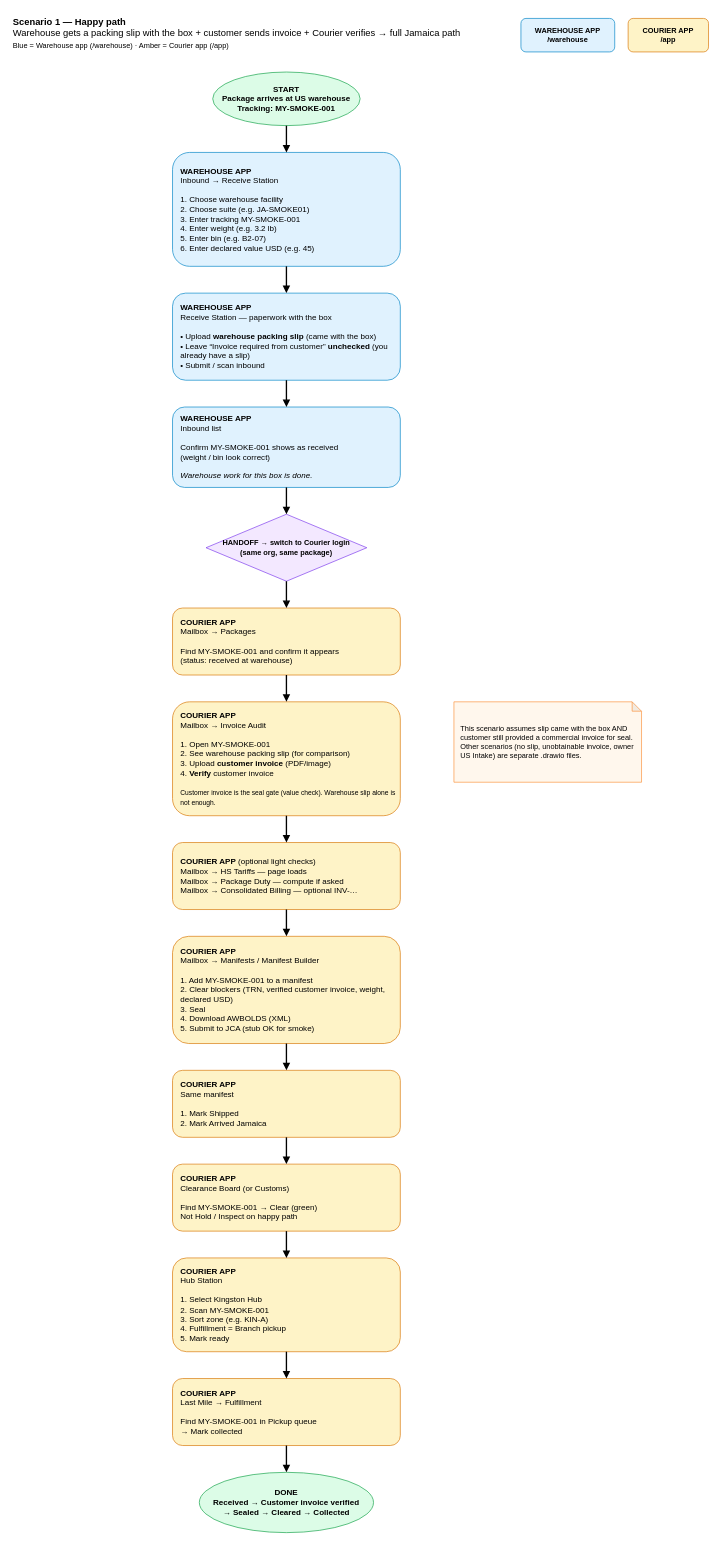
The draw.io diagram docs/diagrams/package-flow/01-happy-path-slip-and-customer-invoice.drawio in DeekiiiiiiiT/Goride, before the edit. Source tidied: cells renumbered, new cells numbered last; positions are measured from the earlier drawing's top-left corner, leaving out a move shared by most shapes. Both pictures are drawn from the tidied source at 67%, with x=0, y=0 at pixel (11, 11).
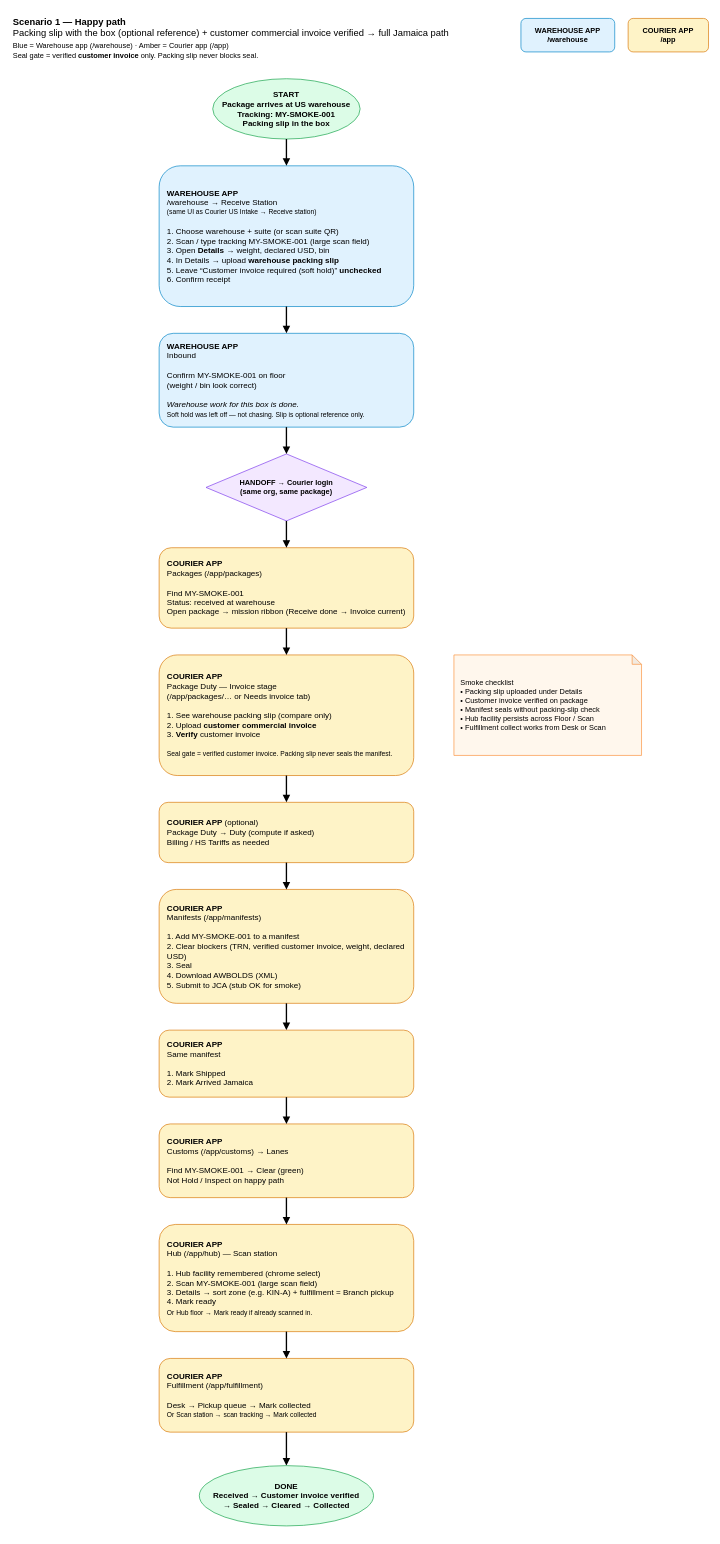
Above is the later version.

The edit, as a diff of the source:
```diff
@@
-    <mxCell id="2" value="&lt;b&gt;Scenario 1 — Happy path&lt;/b&gt;&lt;br&gt;Warehouse gets a packing slip with the box + customer sends invoice + Courier verifies → full Jamaica path&lt;br&gt;&lt;font style=&quot;font-size:11px&quot;&gt;Blue = Warehouse app (/warehouse) · Amber = Courier app (/app)&lt;/font&gt;" style="text;html=1;strokeColor=none;fillColor=none;align=left;verticalAlign=top;whiteSpace=wrap;rounded=0;fontSize=14;" parent="1" vertex="1">
-      <mxGeometry width="720" height="70" as="geometry" />
+    <mxCell id="2" value="&lt;b&gt;Scenario 1 — Happy path&lt;/b&gt;&lt;br&gt;Packing slip with the box (optional reference) + customer commercial invoice verified → full Jamaica path&lt;br&gt;&lt;font style=&quot;font-size:11px&quot;&gt;Blue = Warehouse app (/warehouse) · Amber = Courier app (/app)&lt;br&gt;Seal gate = verified &lt;b&gt;customer invoice&lt;/b&gt; only. Packing slip never blocks seal.&lt;/font&gt;" style="text;html=1;strokeColor=none;fillColor=none;align=left;verticalAlign=top;whiteSpace=wrap;rounded=0;fontSize=14;" parent="1" vertex="1">
+      <mxGeometry width="740" height="80" as="geometry" />
     </mxCell>
@@
-    <mxCell id="5" value="START&#10;Package arrives at US warehouse&#10;Tracking: MY-SMOKE-001" style="ellipse;whiteSpace=wrap;html=1;fillColor=#DCFCE7;strokeColor=#16A34A;fontStyle=1;" parent="1" vertex="1">
-      <mxGeometry x="300" y="90" width="220" height="80" as="geometry" />
+    <mxCell id="5" value="START&#10;Package arrives at US warehouse&#10;Tracking: MY-SMOKE-001&#10;Packing slip in the box" style="ellipse;whiteSpace=wrap;html=1;fillColor=#DCFCE7;strokeColor=#16A34A;fontStyle=1;" parent="1" vertex="1">
+      <mxGeometry x="300" y="100" width="220" height="90" as="geometry" />
     </mxCell>
-    <mxCell id="6" value="&lt;b&gt;WAREHOUSE APP&lt;/b&gt;&lt;br&gt;Inbound → Receive Station&lt;br&gt;&lt;br&gt;1. Choose warehouse facility&lt;br&gt;2. Choose suite (e.g. JA-SMOKE01)&lt;br&gt;3. Enter tracking MY-SMOKE-001&lt;br&gt;4. Enter weight (e.g. 3.2 lb)&lt;br&gt;5. Enter bin (e.g. B2-07)&lt;br&gt;6. Enter declared value USD (e.g. 45)" style="rounded=1;whiteSpace=wrap;html=1;align=left;spacingLeft=10;fillColor=#E0F2FE;strokeColor=#0284C7;fontSize=12;" parent="1" vertex="1">
-      <mxGeometry x="240" y="210" width="340" height="170" as="geometry" />
+    <mxCell id="6" value="&lt;b&gt;WAREHOUSE APP&lt;/b&gt;&lt;br&gt;/warehouse → Receive Station&lt;br&gt;&lt;font style=&quot;font-size:10px&quot;&gt;(same UI as Courier US Intake → Receive station)&lt;/font&gt;&lt;br&gt;&lt;br&gt;1. Choose warehouse + suite (or scan suite QR)&lt;br&gt;2. Scan / type tracking MY-SMOKE-001 (large scan field)&lt;br&gt;3. Open &lt;b&gt;Details&lt;/b&gt; → weight, declared USD, bin&lt;br&gt;4. In Details → upload &lt;b&gt;warehouse packing slip&lt;/b&gt;&lt;br&gt;5. Leave “Customer invoice required (soft hold)” &lt;b&gt;unchecked&lt;/b&gt;&lt;br&gt;6. Confirm receipt" style="rounded=1;whiteSpace=wrap;html=1;align=left;spacingLeft=10;fillColor=#E0F2FE;strokeColor=#0284C7;fontSize=12;" parent="1" vertex="1">
+      <mxGeometry x="220" y="230" width="380" height="210" as="geometry" />
     </mxCell>
-    <mxCell id="7" value="&lt;b&gt;WAREHOUSE APP&lt;/b&gt;&lt;br&gt;Receive Station — paperwork with the box&lt;br&gt;&lt;br&gt;• Upload &lt;b&gt;warehouse packing slip&lt;/b&gt; (came with the box)&lt;br&gt;• Leave “Invoice required from customer” &lt;b&gt;unchecked&lt;/b&gt; (you already have a slip)&lt;br&gt;• Submit / scan inbound" style="rounded=1;whiteSpace=wrap;html=1;align=left;spacingLeft=10;fillColor=#E0F2FE;strokeColor=#0284C7;fontSize=12;" parent="1" vertex="1">
-      <mxGeometry x="240" y="420" width="340" height="130" as="geometry" />
+    <mxCell id="7" value="&lt;b&gt;WAREHOUSE APP&lt;/b&gt;&lt;br&gt;Inbound&lt;br&gt;&lt;br&gt;Confirm MY-SMOKE-001 on floor&lt;br&gt;(weight / bin look correct)&lt;br&gt;&lt;br&gt;&lt;i&gt;Warehouse work for this box is done.&lt;/i&gt;&lt;br&gt;&lt;font style=&quot;font-size:10px&quot;&gt;Soft hold was left off — not chasing. Slip is optional reference only.&lt;/font&gt;" style="rounded=1;whiteSpace=wrap;html=1;align=left;spacingLeft=10;fillColor=#E0F2FE;strokeColor=#0284C7;fontSize=12;" parent="1" vertex="1">
+      <mxGeometry x="220" y="480" width="380" height="140" as="geometry" />
     </mxCell>
-    <mxCell id="8" value="&lt;b&gt;WAREHOUSE APP&lt;/b&gt;&lt;br&gt;Inbound list&lt;br&gt;&lt;br&gt;Confirm MY-SMOKE-001 shows as received&lt;br&gt;(weight / bin look correct)&lt;br&gt;&lt;br&gt;&lt;i&gt;Warehouse work for this box is done.&lt;/i&gt;" style="rounded=1;whiteSpace=wrap;html=1;align=left;spacingLeft=10;fillColor=#E0F2FE;strokeColor=#0284C7;fontSize=12;" parent="1" vertex="1">
-      <mxGeometry x="240" y="590" width="340" height="120" as="geometry" />
-    </mxCell>
-    <mxCell id="9" value="HANDOFF → switch to Courier login&#10;(same org, same package)" style="rhombus;whiteSpace=wrap;html=1;fillColor=#F3E8FF;strokeColor=#7C3AED;fontStyle=1;fontSize=11;" parent="1" vertex="1">
-      <mxGeometry x="290" y="750" width="240" height="100" as="geometry" />
+    <mxCell id="9" value="HANDOFF → Courier login&#10;(same org, same package)" style="rhombus;whiteSpace=wrap;html=1;fillColor=#F3E8FF;strokeColor=#7C3AED;fontStyle=1;fontSize=11;" parent="1" vertex="1">
+      <mxGeometry x="290" y="660" width="240" height="100" as="geometry" />
     </mxCell>
-    <mxCell id="10" value="&lt;b&gt;COURIER APP&lt;/b&gt;&lt;br&gt;Mailbox → Packages&lt;br&gt;&lt;br&gt;Find MY-SMOKE-001 and confirm it appears&lt;br&gt;(status: received at warehouse)" style="rounded=1;whiteSpace=wrap;html=1;align=left;spacingLeft=10;fillColor=#FEF3C7;strokeColor=#D97706;fontSize=12;" parent="1" vertex="1">
-      <mxGeometry x="240" y="890" width="340" height="100" as="geometry" />
+    <mxCell id="10" value="&lt;b&gt;COURIER APP&lt;/b&gt;&lt;br&gt;Packages (/app/packages)&lt;br&gt;&lt;br&gt;Find MY-SMOKE-001&lt;br&gt;Status: received at warehouse&lt;br&gt;Open package → mission ribbon (Receive done → Invoice current)" style="rounded=1;whiteSpace=wrap;html=1;align=left;spacingLeft=10;fillColor=#FEF3C7;strokeColor=#D97706;fontSize=12;" parent="1" vertex="1">
+      <mxGeometry x="220" y="800" width="380" height="120" as="geometry" />
     </mxCell>
-    <mxCell id="11" value="&lt;b&gt;COURIER APP&lt;/b&gt;&lt;br&gt;Mailbox → Invoice Audit&lt;br&gt;&lt;br&gt;1. Open MY-SMOKE-001&lt;br&gt;2. See warehouse packing slip (for comparison)&lt;br&gt;3. Upload &lt;b&gt;customer invoice&lt;/b&gt; (PDF/image)&lt;br&gt;4. &lt;b&gt;Verify&lt;/b&gt; customer invoice&lt;br&gt;&lt;br&gt;&lt;font style=&quot;font-size:10px&quot;&gt;Customer invoice is the seal gate (value check). Warehouse slip alone is not enough.&lt;/font&gt;" style="rounded=1;whiteSpace=wrap;html=1;align=left;spacingLeft=10;fillColor=#FEF3C7;strokeColor=#D97706;fontSize=12;" parent="1" vertex="1">
-      <mxGeometry x="240" y="1030" width="340" height="170" as="geometry" />
+    <mxCell id="11" value="&lt;b&gt;COURIER APP&lt;/b&gt;&lt;br&gt;Package Duty — Invoice stage&lt;br&gt;(/app/packages/… or Needs invoice tab)&lt;br&gt;&lt;br&gt;1. See warehouse packing slip (compare only)&lt;br&gt;2. Upload &lt;b&gt;customer commercial invoice&lt;/b&gt;&lt;br&gt;3. &lt;b&gt;Verify&lt;/b&gt; customer invoice&lt;br&gt;&lt;br&gt;&lt;font style=&quot;font-size:10px&quot;&gt;Seal gate = verified customer invoice. Packing slip never seals the manifest.&lt;/font&gt;" style="rounded=1;whiteSpace=wrap;html=1;align=left;spacingLeft=10;fillColor=#FEF3C7;strokeColor=#D97706;fontSize=12;" parent="1" vertex="1">
+      <mxGeometry x="220" y="960" width="380" height="180" as="geometry" />
     </mxCell>
-    <mxCell id="12" value="&lt;b&gt;COURIER APP&lt;/b&gt; (optional light checks)&lt;br&gt;Mailbox → HS Tariffs — page loads&lt;br&gt;Mailbox → Package Duty — compute if asked&lt;br&gt;Mailbox → Consolidated Billing — optional INV-…" style="rounded=1;whiteSpace=wrap;html=1;align=left;spacingLeft=10;fillColor=#FEF3C7;strokeColor=#D97706;fontSize=12;" parent="1" vertex="1">
-      <mxGeometry x="240" y="1240" width="340" height="100" as="geometry" />
+    <mxCell id="12" value="&lt;b&gt;COURIER APP&lt;/b&gt; (optional)&lt;br&gt;Package Duty → Duty (compute if asked)&lt;br&gt;Billing / HS Tariffs as needed" style="rounded=1;whiteSpace=wrap;html=1;align=left;spacingLeft=10;fillColor=#FEF3C7;strokeColor=#D97706;fontSize=12;" parent="1" vertex="1">
+      <mxGeometry x="220" y="1180" width="380" height="90" as="geometry" />
     </mxCell>
-    <mxCell id="13" value="&lt;b&gt;COURIER APP&lt;/b&gt;&lt;br&gt;Mailbox → Manifests / Manifest Builder&lt;br&gt;&lt;br&gt;1. Add MY-SMOKE-001 to a manifest&lt;br&gt;2. Clear blockers (TRN, verified customer invoice, weight, declared USD)&lt;br&gt;3. Seal&lt;br&gt;4. Download AWBOLDS (XML)&lt;br&gt;5. Submit to JCA (stub OK for smoke)" style="rounded=1;whiteSpace=wrap;html=1;align=left;spacingLeft=10;fillColor=#FEF3C7;strokeColor=#D97706;fontSize=12;" parent="1" vertex="1">
-      <mxGeometry x="240" y="1380" width="340" height="160" as="geometry" />
+    <mxCell id="13" value="&lt;b&gt;COURIER APP&lt;/b&gt;&lt;br&gt;Manifests (/app/manifests)&lt;br&gt;&lt;br&gt;1. Add MY-SMOKE-001 to a manifest&lt;br&gt;2. Clear blockers (TRN, verified customer invoice, weight, declared USD)&lt;br&gt;3. Seal&lt;br&gt;4. Download AWBOLDS (XML)&lt;br&gt;5. Submit to JCA (stub OK for smoke)" style="rounded=1;whiteSpace=wrap;html=1;align=left;spacingLeft=10;fillColor=#FEF3C7;strokeColor=#D97706;fontSize=12;" parent="1" vertex="1">
+      <mxGeometry x="220" y="1310" width="380" height="170" as="geometry" />
     </mxCell>
     <mxCell id="14" value="&lt;b&gt;COURIER APP&lt;/b&gt;&lt;br&gt;Same manifest&lt;br&gt;&lt;br&gt;1. Mark Shipped&lt;br&gt;2. Mark Arrived Jamaica" style="rounded=1;whiteSpace=wrap;html=1;align=left;spacingLeft=10;fillColor=#FEF3C7;strokeColor=#D97706;fontSize=12;" parent="1" vertex="1">
-      <mxGeometry x="240" y="1580" width="340" height="100" as="geometry" />
+      <mxGeometry x="220" y="1520" width="380" height="100" as="geometry" />
     </mxCell>
-    <mxCell id="15" value="&lt;b&gt;COURIER APP&lt;/b&gt;&lt;br&gt;Clearance Board (or Customs)&lt;br&gt;&lt;br&gt;Find MY-SMOKE-001 → Clear (green)&lt;br&gt;Not Hold / Inspect on happy path" style="rounded=1;whiteSpace=wrap;html=1;align=left;spacingLeft=10;fillColor=#FEF3C7;strokeColor=#D97706;fontSize=12;" parent="1" vertex="1">
-      <mxGeometry x="240" y="1720" width="340" height="100" as="geometry" />
+    <mxCell id="15" value="&lt;b&gt;COURIER APP&lt;/b&gt;&lt;br&gt;Customs (/app/customs) → Lanes&lt;br&gt;&lt;br&gt;Find MY-SMOKE-001 → Clear (green)&lt;br&gt;Not Hold / Inspect on happy path" style="rounded=1;whiteSpace=wrap;html=1;align=left;spacingLeft=10;fillColor=#FEF3C7;strokeColor=#D97706;fontSize=12;" parent="1" vertex="1">
+      <mxGeometry x="220" y="1660" width="380" height="110" as="geometry" />
     </mxCell>
-    <mxCell id="16" value="&lt;b&gt;COURIER APP&lt;/b&gt;&lt;br&gt;Hub Station&lt;br&gt;&lt;br&gt;1. Select Kingston Hub&lt;br&gt;2. Scan MY-SMOKE-001&lt;br&gt;3. Sort zone (e.g. KIN-A)&lt;br&gt;4. Fulfillment = Branch pickup&lt;br&gt;5. Mark ready" style="rounded=1;whiteSpace=wrap;html=1;align=left;spacingLeft=10;fillColor=#FEF3C7;strokeColor=#D97706;fontSize=12;" parent="1" vertex="1">
-      <mxGeometry x="240" y="1860" width="340" height="140" as="geometry" />
+    <mxCell id="16" value="&lt;b&gt;COURIER APP&lt;/b&gt;&lt;br&gt;Hub (/app/hub) — Scan station&lt;br&gt;&lt;br&gt;1. Hub facility remembered (chrome select)&lt;br&gt;2. Scan MY-SMOKE-001 (large scan field)&lt;br&gt;3. Details → sort zone (e.g. KIN-A) + fulfillment = Branch pickup&lt;br&gt;4. Mark ready&lt;br&gt;&lt;font style=&quot;font-size:10px&quot;&gt;Or Hub floor → Mark ready if already scanned in.&lt;/font&gt;" style="rounded=1;whiteSpace=wrap;html=1;align=left;spacingLeft=10;fillColor=#FEF3C7;strokeColor=#D97706;fontSize=12;" parent="1" vertex="1">
+      <mxGeometry x="220" y="1810" width="380" height="160" as="geometry" />
     </mxCell>
-    <mxCell id="17" value="&lt;b&gt;COURIER APP&lt;/b&gt;&lt;br&gt;Last Mile → Fulfillment&lt;br&gt;&lt;br&gt;Find MY-SMOKE-001 in Pickup queue&lt;br&gt;→ Mark collected" style="rounded=1;whiteSpace=wrap;html=1;align=left;spacingLeft=10;fillColor=#FEF3C7;strokeColor=#D97706;fontSize=12;" parent="1" vertex="1">
-      <mxGeometry x="240" y="2040" width="340" height="100" as="geometry" />
+    <mxCell id="17" value="&lt;b&gt;COURIER APP&lt;/b&gt;&lt;br&gt;Fulfillment (/app/fulfillment)&lt;br&gt;&lt;br&gt;Desk → Pickup queue → Mark collected&lt;br&gt;&lt;font style=&quot;font-size:10px&quot;&gt;Or Scan station → scan tracking → Mark collected&lt;/font&gt;" style="rounded=1;whiteSpace=wrap;html=1;align=left;spacingLeft=10;fillColor=#FEF3C7;strokeColor=#D97706;fontSize=12;" parent="1" vertex="1">
+      <mxGeometry x="220" y="2010" width="380" height="110" as="geometry" />
     </mxCell>
     <mxCell id="18" value="DONE&#10;Received → Customer invoice verified&#10;→ Sealed → Cleared → Collected" style="ellipse;whiteSpace=wrap;html=1;fillColor=#DCFCE7;strokeColor=#16A34A;fontStyle=1;" parent="1" vertex="1">
-      <mxGeometry x="280" y="2180" width="260" height="90" as="geometry" />
+      <mxGeometry x="280" y="2170" width="260" height="90" as="geometry" />
     </mxCell>
-    <mxCell id="19" value="This scenario assumes slip came with the box AND customer still provided a commercial invoice for seal.&#10;Other scenarios (no slip, unobtainable invoice, owner US Intake) are separate .drawio files." style="shape=note;whiteSpace=wrap;html=1;backgroundOutline=1;darkOpacity=0.05;fillColor=#FFF7ED;strokeColor=#FB923C;align=left;spacingLeft=8;fontSize=11;size=14;" parent="1" vertex="1">
-      <mxGeometry x="660" y="1030" width="280" height="120" as="geometry" />
+    <mxCell id="19" value="Smoke checklist&#10;• Packing slip uploaded under Details&#10;• Customer invoice verified on package&#10;• Manifest seals without packing-slip check&#10;• Hub facility persists across Floor / Scan&#10;• Fulfillment collect works from Desk or Scan" style="shape=note;whiteSpace=wrap;html=1;backgroundOutline=1;darkOpacity=0.05;fillColor=#FFF7ED;strokeColor=#FB923C;align=left;spacingLeft=8;fontSize=11;size=14;" parent="1" vertex="1">
+      <mxGeometry x="660" y="960" width="280" height="150" as="geometry" />
     </mxCell>
@@
-    <mxCell id="22" style="edgeStyle=orthogonalEdgeStyle;rounded=0;jettySize=auto;html=1;endArrow=block;endFill=1;strokeWidth=2;" parent="1" edge="1" source="7" target="8">
+    <mxCell id="22" style="edgeStyle=orthogonalEdgeStyle;rounded=0;jettySize=auto;html=1;endArrow=block;endFill=1;strokeWidth=2;" parent="1" edge="1" source="7" target="9">
       <mxGeometry relative="1" as="geometry" />
     </mxCell>
-    <mxCell id="23" style="edgeStyle=orthogonalEdgeStyle;rounded=0;jettySize=auto;html=1;endArrow=block;endFill=1;strokeWidth=2;" parent="1" edge="1" source="8" target="9">
+    <mxCell id="23" style="edgeStyle=orthogonalEdgeStyle;rounded=0;jettySize=auto;html=1;endArrow=block;endFill=1;strokeWidth=2;" parent="1" edge="1" source="9" target="10">
       <mxGeometry relative="1" as="geometry" />
     </mxCell>
-    <mxCell id="24" style="edgeStyle=orthogonalEdgeStyle;rounded=0;jettySize=auto;html=1;endArrow=block;endFill=1;strokeWidth=2;" parent="1" edge="1" source="9" target="10">
+    <mxCell id="24" style="edgeStyle=orthogonalEdgeStyle;rounded=0;jettySize=auto;html=1;endArrow=block;endFill=1;strokeWidth=2;" parent="1" edge="1" source="10" target="11">
       <mxGeometry relative="1" as="geometry" />
     </mxCell>
-    <mxCell id="25" style="edgeStyle=orthogonalEdgeStyle;rounded=0;jettySize=auto;html=1;endArrow=block;endFill=1;strokeWidth=2;" parent="1" edge="1" source="10" target="11">
+    <mxCell id="25" style="edgeStyle=orthogonalEdgeStyle;rounded=0;jettySize=auto;html=1;endArrow=block;endFill=1;strokeWidth=2;" parent="1" edge="1" source="11" target="12">
       <mxGeometry relative="1" as="geometry" />
     </mxCell>
-    <mxCell id="26" style="edgeStyle=orthogonalEdgeStyle;rounded=0;jettySize=auto;html=1;endArrow=block;endFill=1;strokeWidth=2;" parent="1" edge="1" source="11" target="12">
+    <mxCell id="26" style="edgeStyle=orthogonalEdgeStyle;rounded=0;jettySize=auto;html=1;endArrow=block;endFill=1;strokeWidth=2;" parent="1" edge="1" source="12" target="13">
       <mxGeometry relative="1" as="geometry" />
     </mxCell>
-    <mxCell id="27" style="edgeStyle=orthogonalEdgeStyle;rounded=0;jettySize=auto;html=1;endArrow=block;endFill=1;strokeWidth=2;" parent="1" edge="1" source="12" target="13">
+    <mxCell id="27" style="edgeStyle=orthogonalEdgeStyle;rounded=0;jettySize=auto;html=1;endArrow=block;endFill=1;strokeWidth=2;" parent="1" edge="1" source="13" target="14">
       <mxGeometry relative="1" as="geometry" />
     </mxCell>
-    <mxCell id="28" style="edgeStyle=orthogonalEdgeStyle;rounded=0;jettySize=auto;html=1;endArrow=block;endFill=1;strokeWidth=2;" parent="1" edge="1" source="13" target="14">
+    <mxCell id="28" style="edgeStyle=orthogonalEdgeStyle;rounded=0;jettySize=auto;html=1;endArrow=block;endFill=1;strokeWidth=2;" parent="1" edge="1" source="14" target="15">
       <mxGeometry relative="1" as="geometry" />
     </mxCell>
-    <mxCell id="29" style="edgeStyle=orthogonalEdgeStyle;rounded=0;jettySize=auto;html=1;endArrow=block;endFill=1;strokeWidth=2;" parent="1" edge="1" source="14" target="15">
+    <mxCell id="29" style="edgeStyle=orthogonalEdgeStyle;rounded=0;jettySize=auto;html=1;endArrow=block;endFill=1;strokeWidth=2;" parent="1" edge="1" source="15" target="16">
       <mxGeometry relative="1" as="geometry" />
     </mxCell>
-    <mxCell id="30" style="edgeStyle=orthogonalEdgeStyle;rounded=0;jettySize=auto;html=1;endArrow=block;endFill=1;strokeWidth=2;" parent="1" edge="1" source="15" target="16">
+    <mxCell id="30" style="edgeStyle=orthogonalEdgeStyle;rounded=0;jettySize=auto;html=1;endArrow=block;endFill=1;strokeWidth=2;" parent="1" edge="1" source="16" target="17">
       <mxGeometry relative="1" as="geometry" />
     </mxCell>
-    <mxCell id="31" style="edgeStyle=orthogonalEdgeStyle;rounded=0;jettySize=auto;html=1;endArrow=block;endFill=1;strokeWidth=2;" parent="1" edge="1" source="16" target="17">
+    <mxCell id="31" style="edgeStyle=orthogonalEdgeStyle;rounded=0;jettySize=auto;html=1;endArrow=block;endFill=1;strokeWidth=2;" parent="1" edge="1" source="17" target="18">
       <mxGeometry relative="1" as="geometry" />
     </mxCell>
-    <mxCell id="32" style="edgeStyle=orthogonalEdgeStyle;rounded=0;jettySize=auto;html=1;endArrow=block;endFill=1;strokeWidth=2;" parent="1" edge="1" source="17" target="18">
-      <mxGeometry relative="1" as="geometry" />
-    </mxCell>
```
